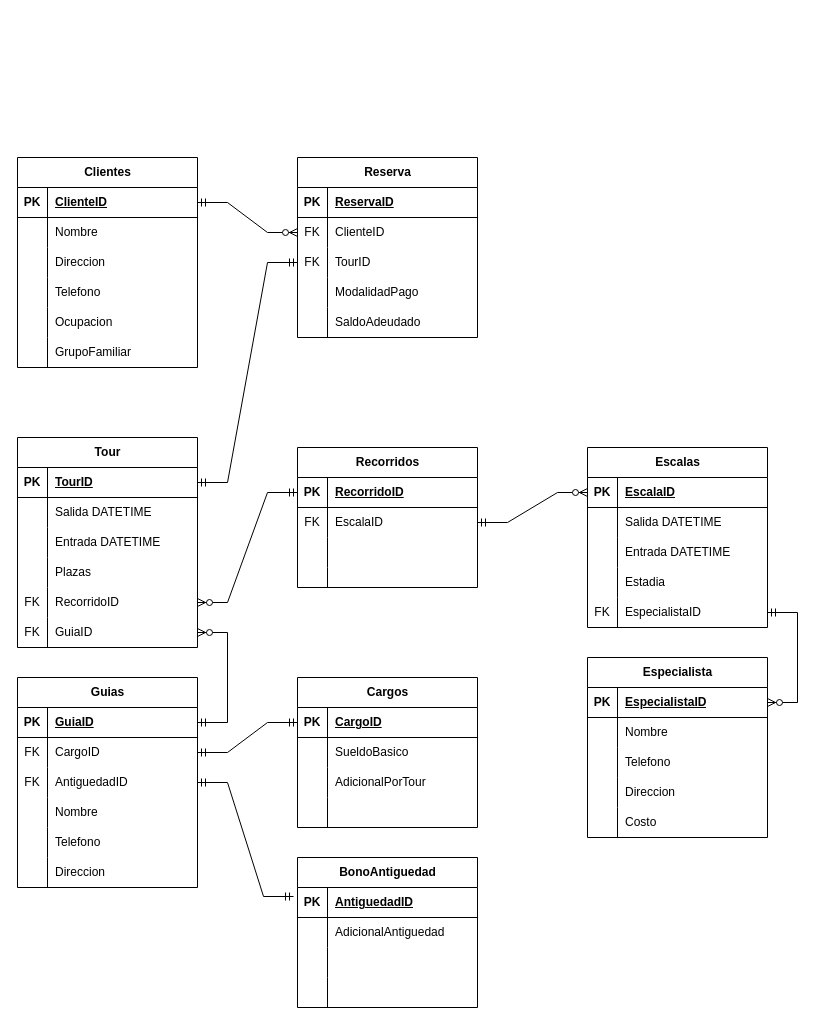
Before: ej4.drawio in DamianPiuselli/Diagrams, a draw.io diagram. Source tidied: cells renumbered, new cells numbered last; positions are measured from the earlier drawing's top-left corner, leaving out a move shared by most shapes. Both pictures are drawn from the tidied source at 100%, with x=0, y=0 at pixel (-333, 157).
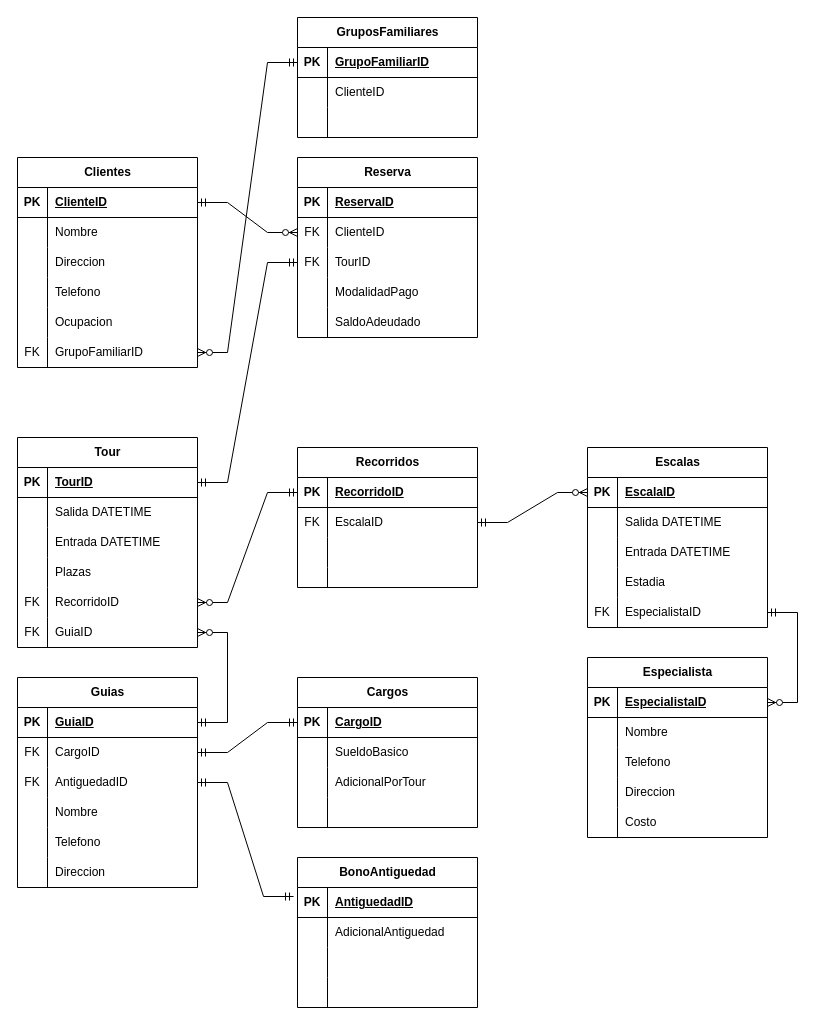
After the change.

Unchanged cells that the change refers to:
```xml
<mxCell id="18" style="shape=tableRow;horizontal=0;startSize=0;swimlaneHead=0;swimlaneBody=0;fillColor=none;points=[[0,0.5],[1,0.5]];portConstraint=eastwest;top=0;left=0;right=0;bottom=0;" parent="2" vertex="1">
  <mxGeometry y="180" width="180" height="30" as="geometry" />
</mxCell>
```

What changed in the source:
```diff
@@
-    <mxCell id="19" style="shape=partialRectangle;fillColor=none;top=0;left=0;bottom=0;right=0;overflow=hidden;whiteSpace=wrap;html=1;" parent="18" vertex="1">
+    <mxCell id="19" value="FK" style="shape=partialRectangle;fillColor=none;top=0;left=0;bottom=0;right=0;overflow=hidden;whiteSpace=wrap;html=1;" parent="18" vertex="1">
       <mxGeometry width="30" height="30" as="geometry" />
     </mxCell>
-    <mxCell id="20" value="GrupoFamiliar" style="shape=partialRectangle;fillColor=none;top=0;left=0;bottom=0;right=0;align=left;spacingLeft=6;overflow=hidden;whiteSpace=wrap;html=1;" parent="18" vertex="1">
+    <mxCell id="20" value="GrupoFamiliarID" style="shape=partialRectangle;fillColor=none;top=0;left=0;bottom=0;right=0;align=left;spacingLeft=6;overflow=hidden;whiteSpace=wrap;html=1;" parent="18" vertex="1">
       <mxGeometry x="30" width="150" height="30" as="geometry" />
     </mxCell>
@@
+    <mxCell id="154" value="GruposFamiliares" style="shape=table;startSize=30;childLayout=tableLayout;rowLines=0;fontStyle=1;align=center;html=1;" parent="1" vertex="1">
+      <mxGeometry x="630" y="-140" width="180" height="120" as="geometry" />
+    </mxCell>
+    <mxCell id="155" style="shape=tableRow;horizontal=0;startSize=0;swimlaneHead=0;swimlaneBody=0;fillColor=none;points=[[0,0.5],[1,0.5]];portConstraint=eastwest;top=0;left=0;right=0;bottom=1;" parent="154" vertex="1">
+      <mxGeometry y="30" width="180" height="30" as="geometry" />
+    </mxCell>
+    <mxCell id="156" value="PK" style="shape=partialRectangle;fillColor=none;top=0;left=0;bottom=0;right=0;fontStyle=1;overflow=hidden;whiteSpace=wrap;html=1;" parent="155" vertex="1">
+      <mxGeometry width="30" height="30" as="geometry" />
+    </mxCell>
+    <mxCell id="157" value="GrupoFamiliarID" style="shape=partialRectangle;fillColor=none;top=0;left=0;bottom=0;right=0;align=left;spacingLeft=6;fontStyle=5;overflow=hidden;whiteSpace=wrap;html=1;" parent="155" vertex="1">
+      <mxGeometry x="30" width="150" height="30" as="geometry" />
+    </mxCell>
+    <mxCell id="158" style="shape=tableRow;horizontal=0;startSize=0;swimlaneHead=0;swimlaneBody=0;fillColor=none;top=0;left=0;right=0;bottom=0;" parent="154" vertex="1">
+      <mxGeometry y="60" width="180" height="30" as="geometry" />
+    </mxCell>
+    <mxCell id="159" style="shape=partialRectangle;fillColor=none;top=0;left=0;bottom=0;right=0;overflow=hidden;whiteSpace=wrap;html=1;" parent="158" vertex="1">
+      <mxGeometry width="30" height="30" as="geometry" />
+    </mxCell>
+    <mxCell id="160" value="ClienteID" style="shape=partialRectangle;fillColor=none;top=0;left=0;bottom=0;right=0;align=left;spacingLeft=6;overflow=hidden;whiteSpace=wrap;html=1;" parent="158" vertex="1">
+      <mxGeometry x="30" width="150" height="30" as="geometry" />
+    </mxCell>
+    <mxCell id="161" style="shape=tableRow;horizontal=0;startSize=0;swimlaneHead=0;swimlaneBody=0;fillColor=none;top=0;left=0;right=0;bottom=0;" parent="154" vertex="1">
+      <mxGeometry y="90" width="180" height="30" as="geometry" />
+    </mxCell>
+    <mxCell id="162" style="shape=partialRectangle;fillColor=none;top=0;left=0;bottom=0;right=0;overflow=hidden;whiteSpace=wrap;html=1;" parent="161" vertex="1">
+      <mxGeometry width="30" height="30" as="geometry" />
+    </mxCell>
+    <mxCell id="163" style="shape=partialRectangle;fillColor=none;top=0;left=0;bottom=0;right=0;align=left;spacingLeft=6;overflow=hidden;whiteSpace=wrap;html=1;" parent="161" vertex="1">
+      <mxGeometry x="30" width="150" height="30" as="geometry" />
+    </mxCell>
+    <mxCell id="164" style="edgeStyle=entityRelationEdgeStyle;fontSize=12;html=1;endArrow=ERzeroToMany;startArrow=ERmandOne;rounded=0;entryX=1;entryY=0.5;entryDx=0;entryDy=0;exitX=0;exitY=0.5;exitDx=0;exitDy=0;" parent="1" edge="1" source="155" target="18">
+      <mxGeometry relative="1" as="geometry" />
+    </mxCell>
```
